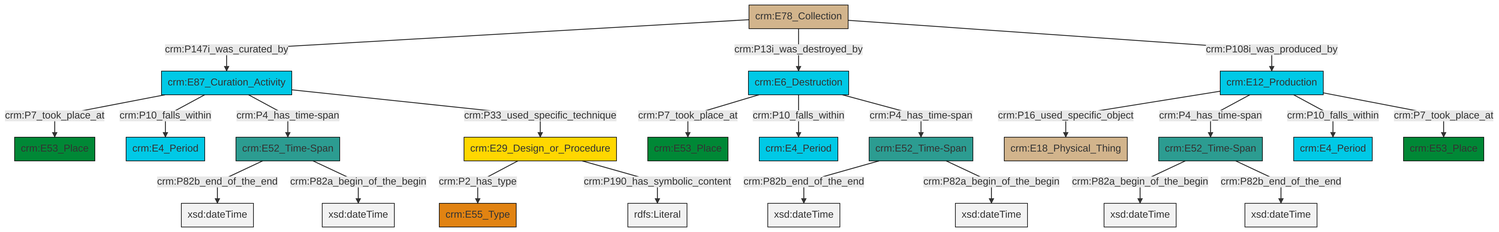
This is et/archivalCSV/ttl/mmd/png/archival_existence.png from swiss-art-research-net/docs.swissartresearch, a Mermaid export, as it was before one commit. Its source is kept beside it as et/archivalCSV/ttl/mmd/archival_existence.ttl.mmd.
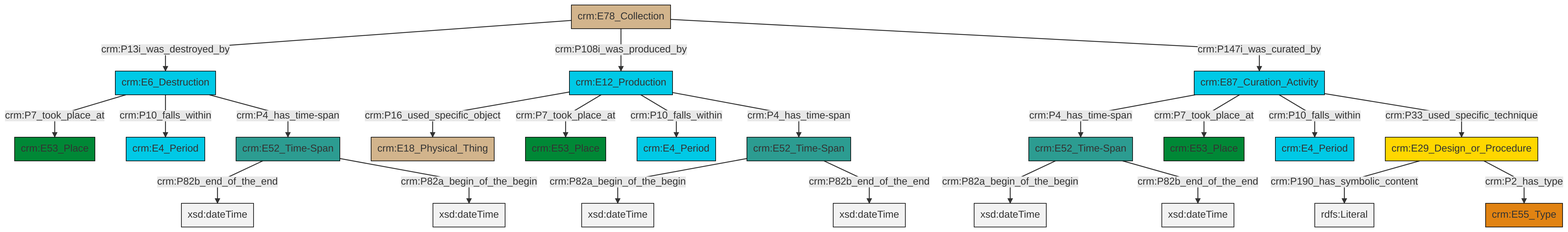
After the change.

Change to the diagram source:
```diff
@@ -13,25 +13,25 @@
 classDef PC_Classes fill:#4ce600, stroke:#000000;
 classDef Multi fill:#cccccc,stroke:#000000;
 
-0["crm:E87_Curation_Activity"]:::Temporal_Entity -->|crm:P7_took_place_at| 1["crm:E53_Place"]:::Place
-3["crm:E52_Time-Span"]:::Time-Span -->|crm:P82a_begin_of_the_begin| 4[xsd:dateTime]:::Literal
-5["crm:E78_Collection"]:::Physical_Thing -->|crm:P147i_was_curated_by| 0["crm:E87_Curation_Activity"]:::Temporal_Entity
-6["crm:E6_Destruction"]:::Temporal_Entity -->|crm:P7_took_place_at| 7["crm:E53_Place"]:::Place
-11["crm:E52_Time-Span"]:::Time-Span -->|crm:P82b_end_of_the_end| 12[xsd:dateTime]:::Literal
-5["crm:E78_Collection"]:::Physical_Thing -->|crm:P13i_was_destroyed_by| 6["crm:E6_Destruction"]:::Temporal_Entity
-13["crm:E52_Time-Span"]:::Time-Span -->|crm:P82b_end_of_the_end| 14[xsd:dateTime]:::Literal
-18["crm:E12_Production"]:::Temporal_Entity -->|crm:P16_used_specific_object| 9["crm:E18_Physical_Thing"]:::Physical_Thing
-13["crm:E52_Time-Span"]:::Time-Span -->|crm:P82a_begin_of_the_begin| 19[xsd:dateTime]:::Literal
-18["crm:E12_Production"]:::Temporal_Entity -->|crm:P4_has_time-span| 3["crm:E52_Time-Span"]:::Time-Span
-21["crm:E29_Design_or_Procedure"]:::Conceptual_Object -->|crm:P2_has_type| 22["crm:E55_Type"]:::Type
-0["crm:E87_Curation_Activity"]:::Temporal_Entity -->|crm:P10_falls_within| 16["crm:E4_Period"]:::Temporal_Entity
-0["crm:E87_Curation_Activity"]:::Temporal_Entity -->|crm:P4_has_time-span| 13["crm:E52_Time-Span"]:::Time-Span
-18["crm:E12_Production"]:::Temporal_Entity -->|crm:P10_falls_within| 26["crm:E4_Period"]:::Temporal_Entity
-5["crm:E78_Collection"]:::Physical_Thing -->|crm:P108i_was_produced_by| 18["crm:E12_Production"]:::Temporal_Entity
-21["crm:E29_Design_or_Procedure"]:::Conceptual_Object -->|crm:P190_has_symbolic_content| 28[rdfs:Literal]:::Literal
-6["crm:E6_Destruction"]:::Temporal_Entity -->|crm:P10_falls_within| 30["crm:E4_Period"]:::Temporal_Entity
-6["crm:E6_Destruction"]:::Temporal_Entity -->|crm:P4_has_time-span| 11["crm:E52_Time-Span"]:::Time-Span
-18["crm:E12_Production"]:::Temporal_Entity -->|crm:P7_took_place_at| 33["crm:E53_Place"]:::Place
-0["crm:E87_Curation_Activity"]:::Temporal_Entity -->|crm:P33_used_specific_technique| 21["crm:E29_Design_or_Procedure"]:::Conceptual_Object
-3["crm:E52_Time-Span"]:::Time-Span -->|crm:P82b_end_of_the_end| 34[xsd:dateTime]:::Literal
-11["crm:E52_Time-Span"]:::Time-Span -->|crm:P82a_begin_of_the_begin| 38[xsd:dateTime]:::Literal
+4["crm:E78_Collection"]:::Physical_Thing -->|crm:P13i_was_destroyed_by| 5["crm:E6_Destruction"]:::Temporal_Entity
+5["crm:E6_Destruction"]:::Temporal_Entity -->|crm:P7_took_place_at| 10["crm:E53_Place"]:::Place
+13["crm:E52_Time-Span"]:::Time-Span -->|crm:P82a_begin_of_the_begin| 14[xsd:dateTime]:::Literal
+16["crm:E12_Production"]:::Temporal_Entity -->|crm:P16_used_specific_object| 17["crm:E18_Physical_Thing"]:::Physical_Thing
+19["crm:E52_Time-Span"]:::Time-Span -->|crm:P82a_begin_of_the_begin| 20[xsd:dateTime]:::Literal
+2["crm:E87_Curation_Activity"]:::Temporal_Entity -->|crm:P4_has_time-span| 19["crm:E52_Time-Span"]:::Time-Span
+4["crm:E78_Collection"]:::Physical_Thing -->|crm:P108i_was_produced_by| 16["crm:E12_Production"]:::Temporal_Entity
+21["crm:E29_Design_or_Procedure"]:::Conceptual_Object -->|crm:P190_has_symbolic_content| 22[rdfs:Literal]:::Literal
+5["crm:E6_Destruction"]:::Temporal_Entity -->|crm:P10_falls_within| 23["crm:E4_Period"]:::Temporal_Entity
+0["crm:E52_Time-Span"]:::Time-Span -->|crm:P82b_end_of_the_end| 24[xsd:dateTime]:::Literal
+0["crm:E52_Time-Span"]:::Time-Span -->|crm:P82a_begin_of_the_begin| 29[xsd:dateTime]:::Literal
+5["crm:E6_Destruction"]:::Temporal_Entity -->|crm:P4_has_time-span| 0["crm:E52_Time-Span"]:::Time-Span
+19["crm:E52_Time-Span"]:::Time-Span -->|crm:P82b_end_of_the_end| 30[xsd:dateTime]:::Literal
+2["crm:E87_Curation_Activity"]:::Temporal_Entity -->|crm:P7_took_place_at| 8["crm:E53_Place"]:::Place
+4["crm:E78_Collection"]:::Physical_Thing -->|crm:P147i_was_curated_by| 2["crm:E87_Curation_Activity"]:::Temporal_Entity
+16["crm:E12_Production"]:::Temporal_Entity -->|crm:P7_took_place_at| 32["crm:E53_Place"]:::Place
+16["crm:E12_Production"]:::Temporal_Entity -->|crm:P10_falls_within| 6["crm:E4_Period"]:::Temporal_Entity
+2["crm:E87_Curation_Activity"]:::Temporal_Entity -->|crm:P10_falls_within| 11["crm:E4_Period"]:::Temporal_Entity
+21["crm:E29_Design_or_Procedure"]:::Conceptual_Object -->|crm:P2_has_type| 25["crm:E55_Type"]:::Type
+2["crm:E87_Curation_Activity"]:::Temporal_Entity -->|crm:P33_used_specific_technique| 21["crm:E29_Design_or_Procedure"]:::Conceptual_Object
+13["crm:E52_Time-Span"]:::Time-Span -->|crm:P82b_end_of_the_end| 37[xsd:dateTime]:::Literal
+16["crm:E12_Production"]:::Temporal_Entity -->|crm:P4_has_time-span| 13["crm:E52_Time-Span"]:::Time-Span
```
